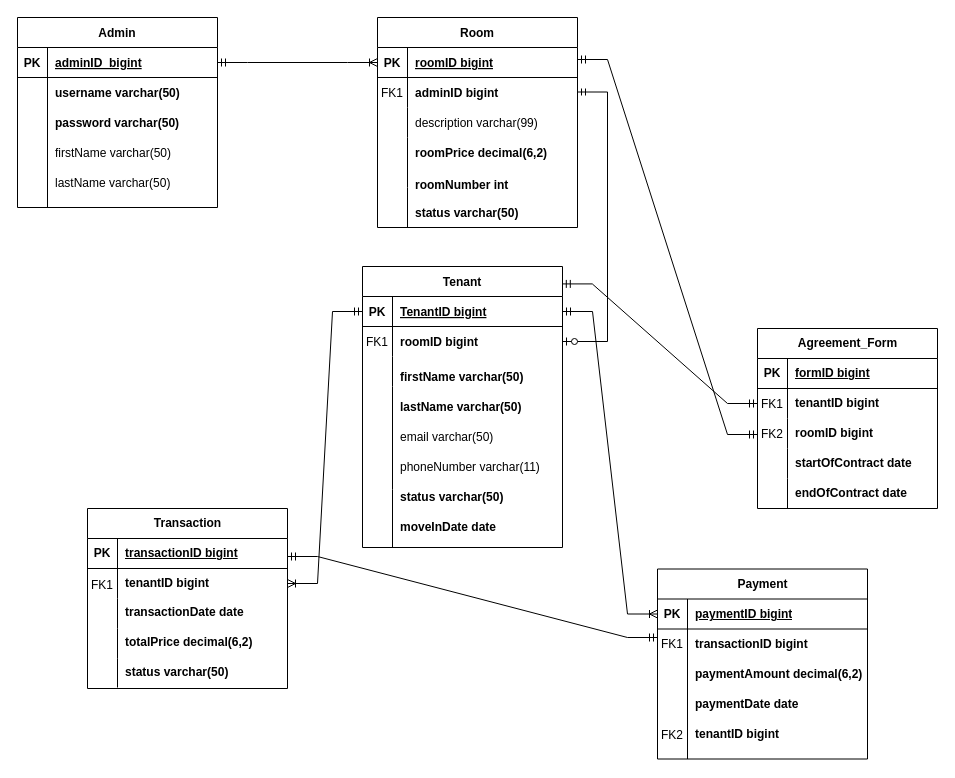
Earlier version of the draw.io diagram ERD.drawio (Beskiit/DIAGRAMS). Source tidied: cells renumbered, new cells numbered last; positions are measured from the earlier drawing's top-left corner, leaving out a move shared by most shapes. Both pictures are drawn from the tidied source at 100%, with x=0, y=0 at pixel (17, 17).
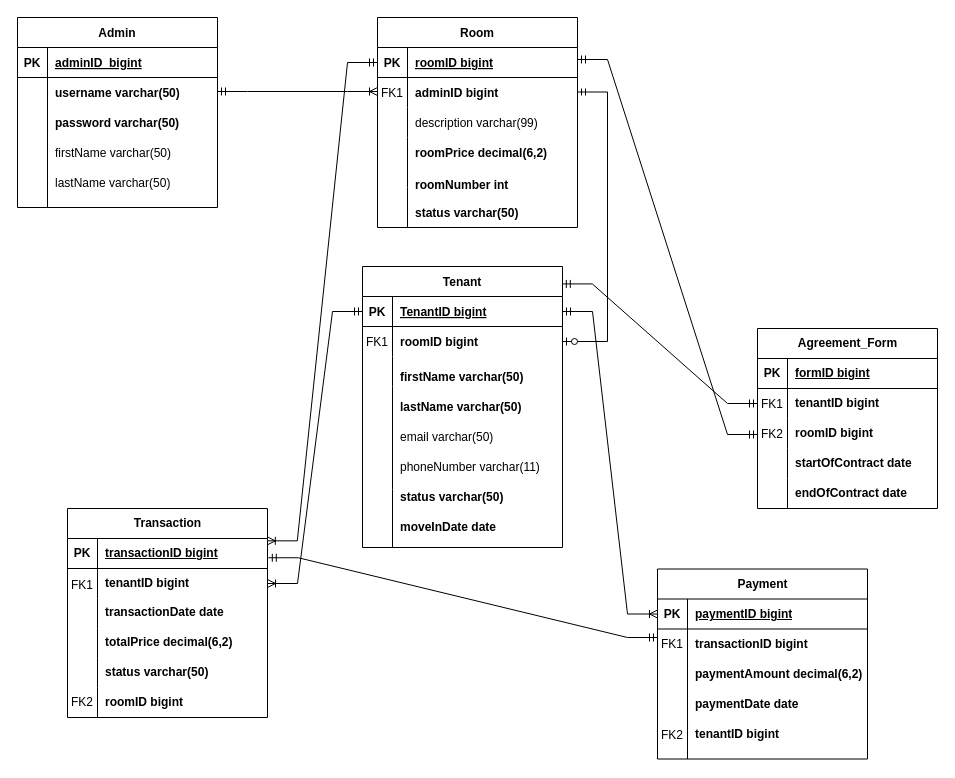
The same diagram, later.

Unchanged cells that the change refers to:
```xml
<mxCell id="3" style="shape=partialRectangle;fillColor=none;points=[[0,0.5],[1,0.5]];portConstraint=eastwest;top=0;left=0;right=0;bottom=1;" parent="2" vertex="1">
  <mxGeometry y="30" width="200" height="30" as="geometry" />
</mxCell>
<mxCell id="23" style="shape=partialRectangle;fillColor=none;points=[[0,0.5],[1,0.5]];portConstraint=eastwest;top=0;left=0;right=0;bottom=1;" parent="22" vertex="1">
  <mxGeometry y="30" width="200" height="30" as="geometry" />
</mxCell>
<mxCell id="48" style="shape=tableRow;horizontal=0;startSize=0;swimlaneHead=0;swimlaneBody=0;fillColor=none;points=[[0,0.5],[1,0.5]];portConstraint=eastwest;top=0;left=0;right=0;bottom=1;" parent="47" vertex="1">
  <mxGeometry y="30" width="200" height="30" as="geometry" />
</mxCell>
<mxCell id="57" style="shape=tableRow;horizontal=0;startSize=0;swimlaneHead=0;swimlaneBody=0;fillColor=none;points=[[0,0.5],[1,0.5]];portConstraint=eastwest;top=0;left=0;right=0;bottom=0;" parent="47" vertex="1">
  <mxGeometry y="120" width="200" height="30" as="geometry" />
</mxCell>
```

What changed in the source:
```diff
@@
     <mxCell id="47" value="Transaction" style="shape=table;startSize=30;childLayout=tableLayout;rowLines=0;fontStyle=1;align=center;html=1;" parent="1" vertex="1">
-      <mxGeometry x="70" y="491" width="200" height="180" as="geometry" />
+      <mxGeometry x="50" y="491" width="200" height="209" as="geometry" />
     </mxCell>
@@
     <mxCell id="60" value="FK1" style="shape=partialRectangle;overflow=hidden;fillColor=none;top=0;left=0;bottom=0;right=0;" parent="1" vertex="1">
-      <mxGeometry x="70" y="551.5" width="30" height="30" as="geometry" />
+      <mxGeometry x="50" y="551.5" width="30" height="30" as="geometry" />
     </mxCell>
     <mxCell id="61" style="endArrow=none;html=1;rounded=0;entryX=0.15;entryY=0.997;entryDx=0;entryDy=0;entryPerimeter=0;" parent="1" edge="1" target="57">
       <mxGeometry relative="1" as="geometry">
-        <mxPoint x="100" y="670" as="sourcePoint" />
+        <mxPoint x="80" y="670" as="sourcePoint" />
       </mxGeometry>
     </mxCell>
     <mxCell id="62" value="&lt;b&gt;transactionDate date&lt;/b&gt;" style="shape=partialRectangle;fillColor=none;top=0;left=0;bottom=0;right=0;align=left;spacingLeft=6;overflow=hidden;whiteSpace=wrap;html=1;" parent="1" vertex="1">
-      <mxGeometry x="100" y="580" width="170" height="30" as="geometry" />
+      <mxGeometry x="80" y="580" width="170" height="30" as="geometry" />
     </mxCell>
     <mxCell id="63" value="&lt;b&gt;totalPrice decimal(6,2)&lt;/b&gt;" style="shape=partialRectangle;fillColor=none;top=0;left=0;bottom=0;right=0;align=left;spacingLeft=6;overflow=hidden;whiteSpace=wrap;html=1;" parent="1" vertex="1">
-      <mxGeometry x="100" y="610" width="170" height="30" as="geometry" />
+      <mxGeometry x="80" y="610" width="170" height="30" as="geometry" />
     </mxCell>
     <mxCell id="64" value="&lt;b&gt;status varchar(50)&lt;/b&gt;" style="shape=partialRectangle;fillColor=none;top=0;left=0;bottom=0;right=0;align=left;spacingLeft=6;overflow=hidden;whiteSpace=wrap;html=1;" parent="1" vertex="1">
-      <mxGeometry x="100" y="640" width="170" height="30" as="geometry" />
+      <mxGeometry x="80" y="640" width="170" height="30" as="geometry" />
     </mxCell>
@@
-    <mxCell id="98" style="edgeStyle=entityRelationEdgeStyle;fontSize=12;html=1;endArrow=ERoneToMany;startArrow=ERmandOne;rounded=0;entryX=0;entryY=0.5;entryDx=0;entryDy=0;exitX=1;exitY=0.5;exitDx=0;exitDy=0;" parent="1" edge="1" source="23" target="3">
-      <mxGeometry relative="1" as="geometry" />
+    <mxCell id="98" style="edgeStyle=entityRelationEdgeStyle;fontSize=12;html=1;endArrow=ERoneToMany;startArrow=ERmandOne;rounded=0;entryX=0;entryY=0.5;entryDx=0;entryDy=0;exitX=1;exitY=0.5;exitDx=0;exitDy=0;" parent="1" edge="1">
+      <mxGeometry relative="1" as="geometry">
+        <mxPoint x="200" y="74" as="sourcePoint" />
+        <mxPoint x="360" y="74" as="targetPoint" />
+      </mxGeometry>
     </mxCell>
@@
-    <mxCell id="100" style="edgeStyle=entityRelationEdgeStyle;fontSize=12;html=1;endArrow=ERmandOne;startArrow=ERmandOne;rounded=0;exitX=1;exitY=0.5;exitDx=0;exitDy=0;" parent="1" edge="1">
+    <mxCell id="100" style="edgeStyle=entityRelationEdgeStyle;fontSize=12;html=1;endArrow=ERmandOne;startArrow=ERmandOne;rounded=0;exitX=1.004;exitY=0.642;exitDx=0;exitDy=0;exitPerimeter=0;" parent="1" edge="1" source="48">
       <mxGeometry relative="1" as="geometry">
-        <mxPoint x="270" y="539" as="sourcePoint" />
         <mxPoint x="640" y="620" as="targetPoint" />
       </mxGeometry>
     </mxCell>
@@
+    <mxCell id="117" style="endArrow=none;html=1;rounded=0;" parent="1" edge="1">
+      <mxGeometry relative="1" as="geometry">
+        <mxPoint x="80" y="700" as="sourcePoint" />
+        <mxPoint x="80" y="670" as="targetPoint" />
+      </mxGeometry>
+    </mxCell>
+    <mxCell id="118" value="&lt;b&gt;roomID bigint&lt;/b&gt;" style="shape=partialRectangle;fillColor=none;top=0;left=0;bottom=0;right=0;align=left;spacingLeft=6;overflow=hidden;whiteSpace=wrap;html=1;" parent="1" vertex="1">
+      <mxGeometry x="80" y="670" width="170" height="30" as="geometry" />
+    </mxCell>
+    <mxCell id="119" value="FK2" style="shape=partialRectangle;overflow=hidden;fillColor=none;top=0;left=0;bottom=0;right=0;" parent="1" vertex="1">
+      <mxGeometry x="50" y="669" width="30" height="30" as="geometry" />
+    </mxCell>
+    <mxCell id="120" style="edgeStyle=entityRelationEdgeStyle;fontSize=12;html=1;endArrow=ERoneToMany;startArrow=ERmandOne;rounded=0;entryX=0.999;entryY=0.078;entryDx=0;entryDy=0;entryPerimeter=0;" parent="1" edge="1" source="3" target="48">
+      <mxGeometry relative="1" as="geometry">
+        <Array as="points">
+          <mxPoint x="270" y="230" />
+        </Array>
+      </mxGeometry>
+    </mxCell>
```
